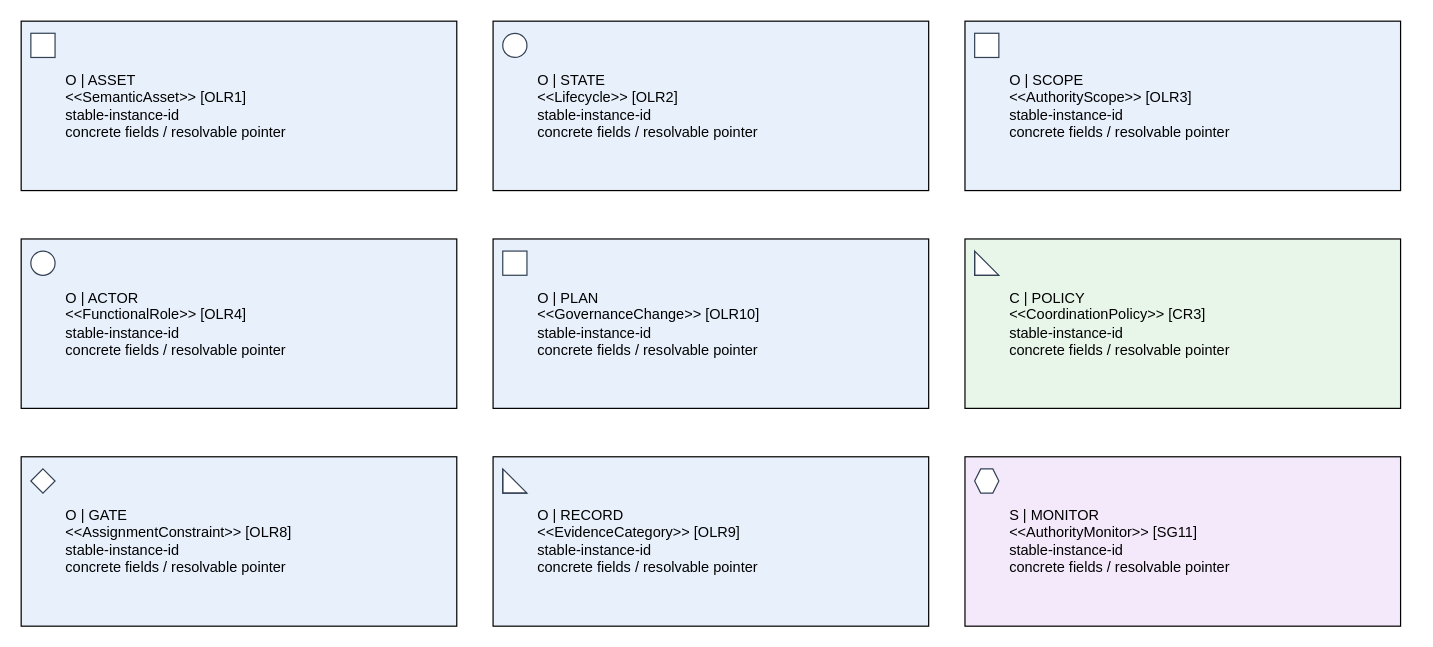
This is reproducibility/paper-b/models/notation/Legend.drawio from alexbafana/MKM-POL21-2025, a draw.io file, before an edit. Source tidied: cells renumbered, new cells numbered last; positions are measured from the earlier drawing's top-left corner, leaving out a move shared by most shapes. Both pictures are drawn from the tidied source at 121%, with x=0, y=0 at pixel (21, 21).
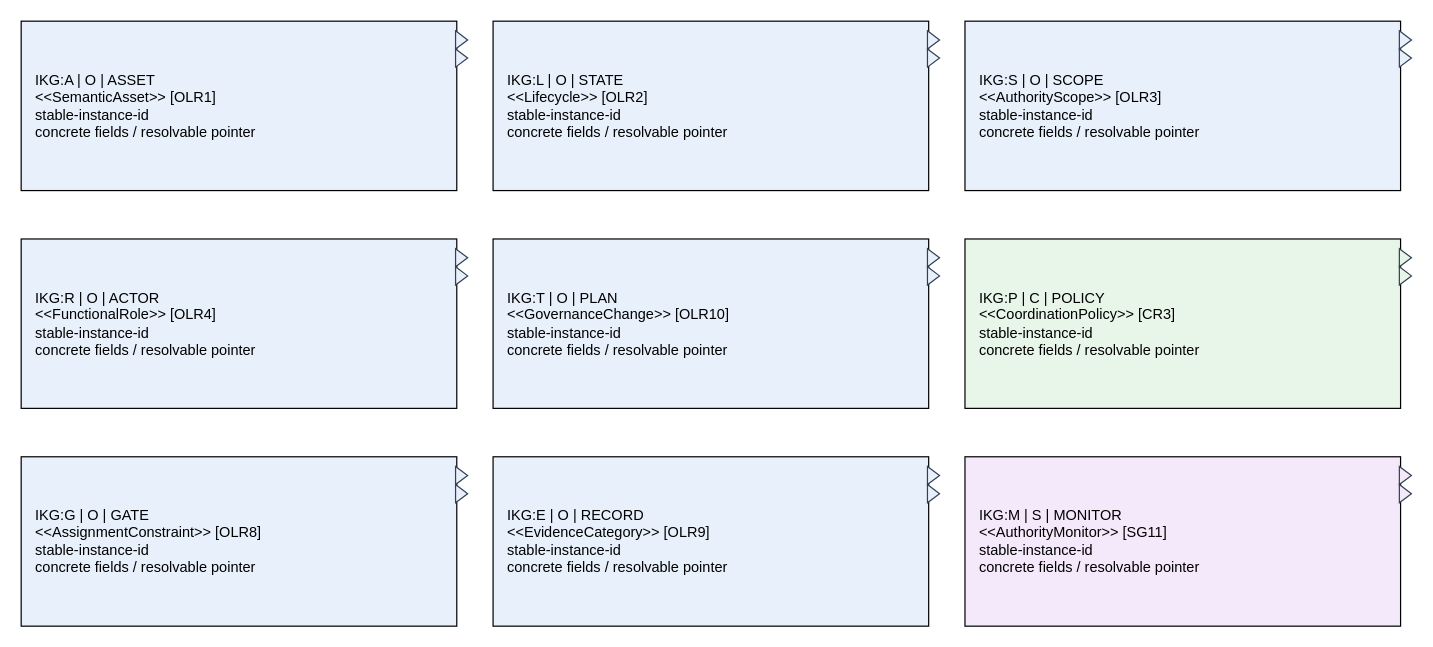
After the change.

Diff of the diagram source:
```diff
@@
-    <mxCell id="2" value="O | ASSET&#10;&lt;&lt;SemanticAsset&gt;&gt; [OLR1]&#10;stable-instance-id&#10;concrete fields / resolvable pointer" style="rounded=0;whiteSpace=wrap;html=0;align=left;spacingLeft=35;fillColor=#e8f0fb;" parent="1" vertex="1">
+    <mxCell id="2" value="IKG:A | O | ASSET&#10;&lt;&lt;SemanticAsset&gt;&gt; [OLR1]&#10;stable-instance-id&#10;concrete fields / resolvable pointer" style="rounded=0;whiteSpace=wrap;html=0;align=left;spacingLeft=10;fillColor=#e8f0fb;" parent="1" vertex="1">
       <mxGeometry width="360" height="140" as="geometry" />
     </mxCell>
-    <mxCell id="3" style="shape=rectangle;fillColor=#ffffff;strokeColor=#334155;" parent="2" vertex="1">
-      <mxGeometry x="8" y="10" width="20" height="20" as="geometry" />
-    </mxCell>
+    <mxCell id="20" style="shape=triangle;direction=east;fillColor=#e8f0fb;strokeColor=#334155;" parent="2" vertex="1">
+      <mxGeometry x="359" y="8" width="10" height="15" as="geometry" />
+    </mxCell>
+    <mxCell id="21" style="shape=triangle;direction=east;fillColor=#e8f0fb;strokeColor=#334155;" parent="2" vertex="1">
+      <mxGeometry x="359" y="23" width="10" height="15" as="geometry" />
+    </mxCell>
-    <mxCell id="4" value="O | STATE&#10;&lt;&lt;Lifecycle&gt;&gt; [OLR2]&#10;stable-instance-id&#10;concrete fields / resolvable pointer" style="rounded=0;whiteSpace=wrap;html=0;align=left;spacingLeft=35;fillColor=#e8f0fb;" parent="1" vertex="1">
+    <mxCell id="4" value="IKG:L | O | STATE&#10;&lt;&lt;Lifecycle&gt;&gt; [OLR2]&#10;stable-instance-id&#10;concrete fields / resolvable pointer" style="rounded=0;whiteSpace=wrap;html=0;align=left;spacingLeft=10;fillColor=#e8f0fb;" parent="1" vertex="1">
       <mxGeometry x="390" width="360" height="140" as="geometry" />
     </mxCell>
-    <mxCell id="5" style="shape=ellipse;fillColor=#ffffff;strokeColor=#334155;" parent="4" vertex="1">
-      <mxGeometry x="8" y="10" width="20" height="20" as="geometry" />
-    </mxCell>
+    <mxCell id="22" style="shape=triangle;direction=east;fillColor=#e8f0fb;strokeColor=#334155;" parent="4" vertex="1">
+      <mxGeometry x="359" y="8" width="10" height="15" as="geometry" />
+    </mxCell>
+    <mxCell id="23" style="shape=triangle;direction=east;fillColor=#e8f0fb;strokeColor=#334155;" parent="4" vertex="1">
+      <mxGeometry x="359" y="23" width="10" height="15" as="geometry" />
+    </mxCell>
-    <mxCell id="6" value="O | SCOPE&#10;&lt;&lt;AuthorityScope&gt;&gt; [OLR3]&#10;stable-instance-id&#10;concrete fields / resolvable pointer" style="rounded=0;whiteSpace=wrap;html=0;align=left;spacingLeft=35;fillColor=#e8f0fb;" parent="1" vertex="1">
+    <mxCell id="6" value="IKG:S | O | SCOPE&#10;&lt;&lt;AuthorityScope&gt;&gt; [OLR3]&#10;stable-instance-id&#10;concrete fields / resolvable pointer" style="rounded=0;whiteSpace=wrap;html=0;align=left;spacingLeft=10;fillColor=#e8f0fb;" parent="1" vertex="1">
       <mxGeometry x="780" width="360" height="140" as="geometry" />
     </mxCell>
-    <mxCell id="7" style="shape=rectangle;fillColor=#ffffff;strokeColor=#334155;" parent="6" vertex="1">
-      <mxGeometry x="8" y="10" width="20" height="20" as="geometry" />
-    </mxCell>
+    <mxCell id="24" style="shape=triangle;direction=east;fillColor=#e8f0fb;strokeColor=#334155;" parent="6" vertex="1">
+      <mxGeometry x="359" y="8" width="10" height="15" as="geometry" />
+    </mxCell>
+    <mxCell id="25" style="shape=triangle;direction=east;fillColor=#e8f0fb;strokeColor=#334155;" parent="6" vertex="1">
+      <mxGeometry x="359" y="23" width="10" height="15" as="geometry" />
+    </mxCell>
-    <mxCell id="8" value="O | ACTOR&#10;&lt;&lt;FunctionalRole&gt;&gt; [OLR4]&#10;stable-instance-id&#10;concrete fields / resolvable pointer" style="rounded=0;whiteSpace=wrap;html=0;align=left;spacingLeft=35;fillColor=#e8f0fb;" parent="1" vertex="1">
+    <mxCell id="8" value="IKG:R | O | ACTOR&#10;&lt;&lt;FunctionalRole&gt;&gt; [OLR4]&#10;stable-instance-id&#10;concrete fields / resolvable pointer" style="rounded=0;whiteSpace=wrap;html=0;align=left;spacingLeft=10;fillColor=#e8f0fb;" parent="1" vertex="1">
       <mxGeometry y="180" width="360" height="140" as="geometry" />
     </mxCell>
-    <mxCell id="9" style="shape=ellipse;fillColor=#ffffff;strokeColor=#334155;" parent="8" vertex="1">
-      <mxGeometry x="8" y="10" width="20" height="20" as="geometry" />
-    </mxCell>
+    <mxCell id="26" style="shape=triangle;direction=east;fillColor=#e8f0fb;strokeColor=#334155;" parent="8" vertex="1">
+      <mxGeometry x="359" y="8" width="10" height="15" as="geometry" />
+    </mxCell>
+    <mxCell id="27" style="shape=triangle;direction=east;fillColor=#e8f0fb;strokeColor=#334155;" parent="8" vertex="1">
+      <mxGeometry x="359" y="23" width="10" height="15" as="geometry" />
+    </mxCell>
-    <mxCell id="10" value="O | PLAN&#10;&lt;&lt;GovernanceChange&gt;&gt; [OLR10]&#10;stable-instance-id&#10;concrete fields / resolvable pointer" style="rounded=0;whiteSpace=wrap;html=0;align=left;spacingLeft=35;fillColor=#e8f0fb;" parent="1" vertex="1">
+    <mxCell id="10" value="IKG:T | O | PLAN&#10;&lt;&lt;GovernanceChange&gt;&gt; [OLR10]&#10;stable-instance-id&#10;concrete fields / resolvable pointer" style="rounded=0;whiteSpace=wrap;html=0;align=left;spacingLeft=10;fillColor=#e8f0fb;" parent="1" vertex="1">
       <mxGeometry x="390" y="180" width="360" height="140" as="geometry" />
     </mxCell>
-    <mxCell id="11" style="shape=rectangle;fillColor=#ffffff;strokeColor=#334155;" parent="10" vertex="1">
-      <mxGeometry x="8" y="10" width="20" height="20" as="geometry" />
-    </mxCell>
+    <mxCell id="28" style="shape=triangle;direction=east;fillColor=#e8f0fb;strokeColor=#334155;" parent="10" vertex="1">
+      <mxGeometry x="359" y="8" width="10" height="15" as="geometry" />
+    </mxCell>
+    <mxCell id="29" style="shape=triangle;direction=east;fillColor=#e8f0fb;strokeColor=#334155;" parent="10" vertex="1">
+      <mxGeometry x="359" y="23" width="10" height="15" as="geometry" />
+    </mxCell>
-    <mxCell id="12" value="C | POLICY&#10;&lt;&lt;CoordinationPolicy&gt;&gt; [CR3]&#10;stable-instance-id&#10;concrete fields / resolvable pointer" style="rounded=0;whiteSpace=wrap;html=0;align=left;spacingLeft=35;fillColor=#e8f5e9;" parent="1" vertex="1">
+    <mxCell id="12" value="IKG:P | C | POLICY&#10;&lt;&lt;CoordinationPolicy&gt;&gt; [CR3]&#10;stable-instance-id&#10;concrete fields / resolvable pointer" style="rounded=0;whiteSpace=wrap;html=0;align=left;spacingLeft=10;fillColor=#e8f5e9;" parent="1" vertex="1">
       <mxGeometry x="780" y="180" width="360" height="140" as="geometry" />
     </mxCell>
-    <mxCell id="13" style="shape=note;fillColor=#ffffff;strokeColor=#334155;" parent="12" vertex="1">
-      <mxGeometry x="8" y="10" width="20" height="20" as="geometry" />
-    </mxCell>
+    <mxCell id="30" style="shape=triangle;direction=east;fillColor=#e8f5e9;strokeColor=#334155;" parent="12" vertex="1">
+      <mxGeometry x="359" y="8" width="10" height="15" as="geometry" />
+    </mxCell>
+    <mxCell id="31" style="shape=triangle;direction=east;fillColor=#e8f5e9;strokeColor=#334155;" parent="12" vertex="1">
+      <mxGeometry x="359" y="23" width="10" height="15" as="geometry" />
+    </mxCell>
-    <mxCell id="14" value="O | GATE&#10;&lt;&lt;AssignmentConstraint&gt;&gt; [OLR8]&#10;stable-instance-id&#10;concrete fields / resolvable pointer" style="rounded=0;whiteSpace=wrap;html=0;align=left;spacingLeft=35;fillColor=#e8f0fb;" parent="1" vertex="1">
+    <mxCell id="14" value="IKG:G | O | GATE&#10;&lt;&lt;AssignmentConstraint&gt;&gt; [OLR8]&#10;stable-instance-id&#10;concrete fields / resolvable pointer" style="rounded=0;whiteSpace=wrap;html=0;align=left;spacingLeft=10;fillColor=#e8f0fb;" parent="1" vertex="1">
       <mxGeometry y="360" width="360" height="140" as="geometry" />
     </mxCell>
-    <mxCell id="15" style="shape=rhombus;fillColor=#ffffff;strokeColor=#334155;" parent="14" vertex="1">
-      <mxGeometry x="8" y="10" width="20" height="20" as="geometry" />
-    </mxCell>
+    <mxCell id="32" style="shape=triangle;direction=east;fillColor=#e8f0fb;strokeColor=#334155;" parent="14" vertex="1">
+      <mxGeometry x="359" y="8" width="10" height="15" as="geometry" />
+    </mxCell>
+    <mxCell id="33" style="shape=triangle;direction=east;fillColor=#e8f0fb;strokeColor=#334155;" parent="14" vertex="1">
+      <mxGeometry x="359" y="23" width="10" height="15" as="geometry" />
+    </mxCell>
-    <mxCell id="16" value="O | RECORD&#10;&lt;&lt;EvidenceCategory&gt;&gt; [OLR9]&#10;stable-instance-id&#10;concrete fields / resolvable pointer" style="rounded=0;whiteSpace=wrap;html=0;align=left;spacingLeft=35;fillColor=#e8f0fb;" parent="1" vertex="1">
+    <mxCell id="16" value="IKG:E | O | RECORD&#10;&lt;&lt;EvidenceCategory&gt;&gt; [OLR9]&#10;stable-instance-id&#10;concrete fields / resolvable pointer" style="rounded=0;whiteSpace=wrap;html=0;align=left;spacingLeft=10;fillColor=#e8f0fb;" parent="1" vertex="1">
       <mxGeometry x="390" y="360" width="360" height="140" as="geometry" />
     </mxCell>
-    <mxCell id="17" style="shape=note;fillColor=#ffffff;strokeColor=#334155;" parent="16" vertex="1">
-      <mxGeometry x="8" y="10" width="20" height="20" as="geometry" />
-    </mxCell>
+    <mxCell id="34" style="shape=triangle;direction=east;fillColor=#e8f0fb;strokeColor=#334155;" parent="16" vertex="1">
+      <mxGeometry x="359" y="8" width="10" height="15" as="geometry" />
+    </mxCell>
+    <mxCell id="35" style="shape=triangle;direction=east;fillColor=#e8f0fb;strokeColor=#334155;" parent="16" vertex="1">
+      <mxGeometry x="359" y="23" width="10" height="15" as="geometry" />
+    </mxCell>
-    <mxCell id="18" value="S | MONITOR&#10;&lt;&lt;AuthorityMonitor&gt;&gt; [SG11]&#10;stable-instance-id&#10;concrete fields / resolvable pointer" style="rounded=0;whiteSpace=wrap;html=0;align=left;spacingLeft=35;fillColor=#f4e9fa;" parent="1" vertex="1">
+    <mxCell id="18" value="IKG:M | S | MONITOR&#10;&lt;&lt;AuthorityMonitor&gt;&gt; [SG11]&#10;stable-instance-id&#10;concrete fields / resolvable pointer" style="rounded=0;whiteSpace=wrap;html=0;align=left;spacingLeft=10;fillColor=#f4e9fa;" parent="1" vertex="1">
       <mxGeometry x="780" y="360" width="360" height="140" as="geometry" />
     </mxCell>
-    <mxCell id="19" style="shape=hexagon;fillColor=#ffffff;strokeColor=#334155;" parent="18" vertex="1">
-      <mxGeometry x="8" y="10" width="20" height="20" as="geometry" />
-    </mxCell>
+    <mxCell id="36" style="shape=triangle;direction=east;fillColor=#f4e9fa;strokeColor=#334155;" parent="18" vertex="1">
+      <mxGeometry x="359" y="8" width="10" height="15" as="geometry" />
+    </mxCell>
+    <mxCell id="37" style="shape=triangle;direction=east;fillColor=#f4e9fa;strokeColor=#334155;" parent="18" vertex="1">
+      <mxGeometry x="359" y="23" width="10" height="15" as="geometry" />
+    </mxCell>
```
